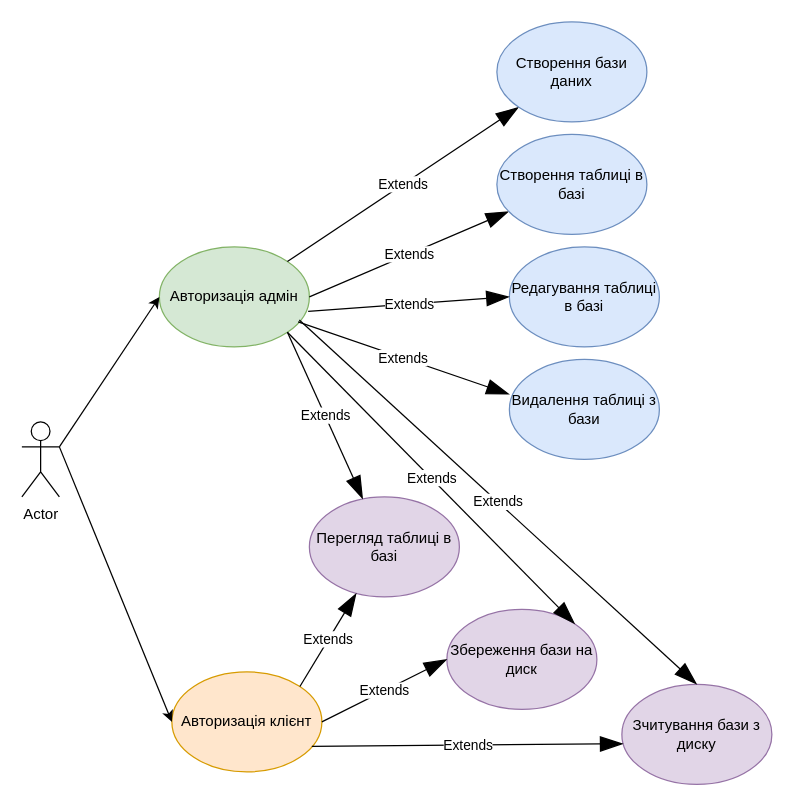
This is UML.drawio from zayatsliza/univ-cyber, a draw.io file, before an edit. Source tidied: cells renumbered, new cells numbered last; positions are measured from the earlier drawing's top-left corner, leaving out a move shared by most shapes. Both pictures are drawn from the tidied source at 125%, with x=0, y=0 at pixel (21, 21).
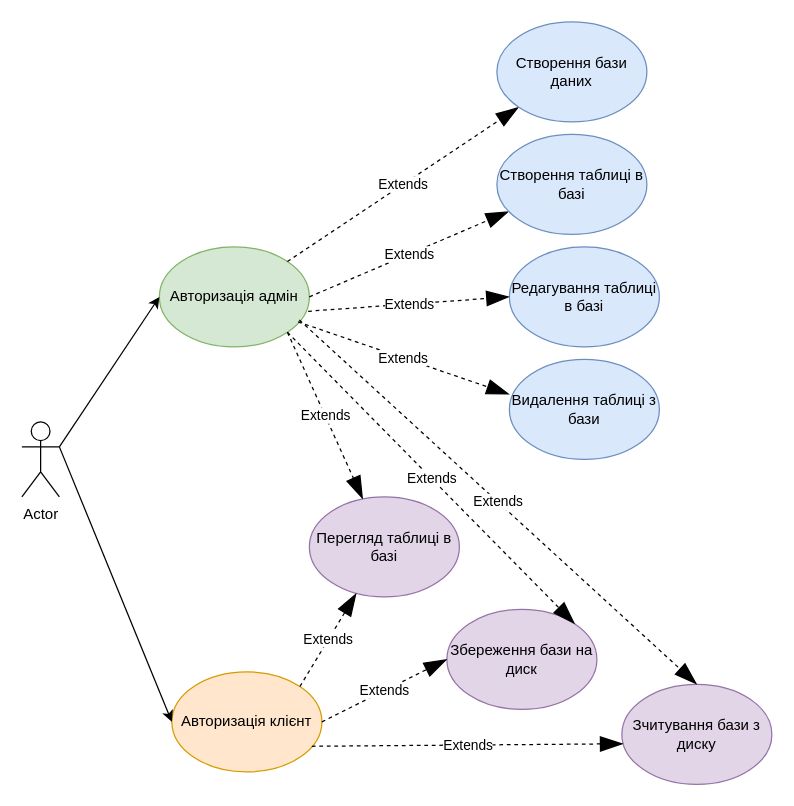
Above is the later version.

The change refers to these unchanged cells:
```xml
<mxCell id="3" value="Авторизація адмін" style="ellipse;whiteSpace=wrap;html=1;fillColor=#d5e8d4;strokeColor=#82b366;" parent="1" vertex="1">
  <mxGeometry x="110" y="180" width="120" height="80" as="geometry" />
</mxCell>
<mxCell id="4" value="Авторизація клієнт" style="ellipse;whiteSpace=wrap;html=1;fillColor=#ffe6cc;strokeColor=#d79b00;" parent="1" vertex="1">
  <mxGeometry x="120" y="520" width="120" height="80" as="geometry" />
</mxCell>
<mxCell id="8" value="Створення бази даних" style="ellipse;whiteSpace=wrap;html=1;fillColor=#dae8fc;strokeColor=#6c8ebf;" parent="1" vertex="1">
  <mxGeometry x="380" width="120" height="80" as="geometry" />
</mxCell>
<mxCell id="10" value="Створення таблиці в базі" style="ellipse;whiteSpace=wrap;html=1;fillColor=#dae8fc;strokeColor=#6c8ebf;" parent="1" vertex="1">
  <mxGeometry x="380" y="90" width="120" height="80" as="geometry" />
</mxCell>
<mxCell id="11" value="Редагування таблиці в базі" style="ellipse;whiteSpace=wrap;html=1;fillColor=#dae8fc;strokeColor=#6c8ebf;" parent="1" vertex="1">
  <mxGeometry x="390" y="180" width="120" height="80" as="geometry" />
</mxCell>
<mxCell id="13" value="Перегляд таблиці в базі" style="ellipse;whiteSpace=wrap;html=1;fillColor=#e1d5e7;strokeColor=#9673a6;" parent="1" vertex="1">
  <mxGeometry x="230" y="380" width="120" height="80" as="geometry" />
</mxCell>
<mxCell id="16" value="Збереження бази на диск" style="ellipse;whiteSpace=wrap;html=1;fillColor=#e1d5e7;strokeColor=#9673a6;" parent="1" vertex="1">
  <mxGeometry x="340" y="470" width="120" height="80" as="geometry" />
</mxCell>
<mxCell id="17" value="Видалення таблиці з бази" style="ellipse;whiteSpace=wrap;html=1;fillColor=#dae8fc;strokeColor=#6c8ebf;" parent="1" vertex="1">
  <mxGeometry x="390" y="270" width="120" height="80" as="geometry" />
</mxCell>
<mxCell id="19" value="Зчитування бази з диску" style="ellipse;whiteSpace=wrap;html=1;fillColor=#e1d5e7;strokeColor=#9673a6;" parent="1" vertex="1">
  <mxGeometry x="480" y="530" width="120" height="80" as="geometry" />
</mxCell>
```

Diff of the diagram source:
```diff
@@
-    <mxCell id="7" value="Extends" style="endArrow=blockThin;endSize=16;endFill=1;html=1;rounded=0;exitX=1;exitY=0;exitDx=0;exitDy=0;startArrow=none;startFill=0;" parent="1" edge="1" source="3" target="8">
+    <mxCell id="7" value="Extends" style="endArrow=blockThin;endSize=16;endFill=1;html=1;rounded=0;exitX=1;exitY=0;exitDx=0;exitDy=0;startArrow=none;startFill=0;dashed=1;" parent="1" edge="1" source="3" target="8">
       <mxGeometry relative="1" as="geometry" />
     </mxCell>
@@
-    <mxCell id="9" value="Extends" style="endArrow=blockThin;endSize=16;endFill=1;html=1;rounded=0;exitX=1;exitY=0.5;exitDx=0;exitDy=0;" parent="1" edge="1" source="3" target="10">
+    <mxCell id="9" value="Extends" style="endArrow=blockThin;endSize=16;endFill=1;html=1;rounded=0;exitX=1;exitY=0.5;exitDx=0;exitDy=0;dashed=1;" parent="1" edge="1" source="3" target="10">
       <mxGeometry relative="1" as="geometry" />
     </mxCell>
@@
-    <mxCell id="12" value="Extends" style="endArrow=blockThin;endSize=16;endFill=1;html=1;rounded=0;exitX=0.992;exitY=0.644;exitDx=0;exitDy=0;exitPerimeter=0;entryX=0;entryY=0.5;entryDx=0;entryDy=0;" parent="1" edge="1" source="3" target="11">
+    <mxCell id="12" value="Extends" style="endArrow=blockThin;endSize=16;endFill=1;html=1;rounded=0;exitX=0.992;exitY=0.644;exitDx=0;exitDy=0;exitPerimeter=0;entryX=0;entryY=0.5;entryDx=0;entryDy=0;dashed=1;" parent="1" edge="1" source="3" target="11">
       <mxGeometry relative="1" as="geometry" />
     </mxCell>
@@
-    <mxCell id="14" value="Extends" style="endArrow=blockThin;endSize=16;endFill=1;html=1;rounded=0;exitX=1;exitY=0;exitDx=0;exitDy=0;" parent="1" edge="1" source="4" target="13">
+    <mxCell id="14" value="Extends" style="endArrow=blockThin;endSize=16;endFill=1;html=1;rounded=0;exitX=1;exitY=0;exitDx=0;exitDy=0;dashed=1;" parent="1" edge="1" source="4" target="13">
       <mxGeometry relative="1" as="geometry" />
     </mxCell>
-    <mxCell id="15" value="Extends" style="endArrow=blockThin;endSize=16;endFill=1;html=1;rounded=0;exitX=1;exitY=1;exitDx=0;exitDy=0;" parent="1" edge="1" source="3" target="13">
+    <mxCell id="15" value="Extends" style="endArrow=blockThin;endSize=16;endFill=1;html=1;rounded=0;exitX=1;exitY=1;exitDx=0;exitDy=0;dashed=1;" parent="1" edge="1" source="3" target="13">
       <mxGeometry relative="1" as="geometry" />
     </mxCell>
@@
-    <mxCell id="18" value="Extends" style="endArrow=blockThin;endSize=16;endFill=1;html=1;rounded=0;exitX=0.925;exitY=0.75;exitDx=0;exitDy=0;exitPerimeter=0;entryX=0;entryY=0.35;entryDx=0;entryDy=0;entryPerimeter=0;" parent="1" edge="1" source="3" target="17">
+    <mxCell id="18" value="Extends" style="endArrow=blockThin;endSize=16;endFill=1;html=1;rounded=0;exitX=0.925;exitY=0.75;exitDx=0;exitDy=0;exitPerimeter=0;entryX=0;entryY=0.35;entryDx=0;entryDy=0;entryPerimeter=0;dashed=1;" parent="1" edge="1" source="3" target="17">
       <mxGeometry relative="1" as="geometry" />
     </mxCell>
@@
-    <mxCell id="20" value="Extends" style="endArrow=blockThin;endSize=16;endFill=1;html=1;rounded=0;exitX=1;exitY=0.5;exitDx=0;exitDy=0;entryX=0;entryY=0.5;entryDx=0;entryDy=0;" parent="1" edge="1" source="4" target="16">
+    <mxCell id="20" value="Extends" style="endArrow=blockThin;endSize=16;endFill=1;html=1;rounded=0;exitX=1;exitY=0.5;exitDx=0;exitDy=0;entryX=0;entryY=0.5;entryDx=0;entryDy=0;dashed=1;" parent="1" edge="1" source="4" target="16">
       <mxGeometry relative="1" as="geometry" />
     </mxCell>
-    <mxCell id="21" value="Extends" style="endArrow=blockThin;endSize=16;endFill=1;html=1;rounded=0;exitX=0.933;exitY=0.744;exitDx=0;exitDy=0;exitPerimeter=0;entryX=0.008;entryY=0.594;entryDx=0;entryDy=0;entryPerimeter=0;" parent="1" edge="1" source="4" target="19">
+    <mxCell id="21" value="Extends" style="endArrow=blockThin;endSize=16;endFill=1;html=1;rounded=0;exitX=0.933;exitY=0.744;exitDx=0;exitDy=0;exitPerimeter=0;entryX=0.008;entryY=0.594;entryDx=0;entryDy=0;entryPerimeter=0;dashed=1;" parent="1" edge="1" source="4" target="19">
       <mxGeometry relative="1" as="geometry" />
     </mxCell>
-    <mxCell id="22" value="Extends" style="endArrow=blockThin;endSize=16;endFill=1;html=1;rounded=0;exitX=1;exitY=1;exitDx=0;exitDy=0;entryX=1;entryY=0;entryDx=0;entryDy=0;" parent="1" edge="1" source="3" target="16">
+    <mxCell id="22" value="Extends" style="endArrow=blockThin;endSize=16;endFill=1;html=1;rounded=0;exitX=1;exitY=1;exitDx=0;exitDy=0;entryX=1;entryY=0;entryDx=0;entryDy=0;dashed=1;" parent="1" edge="1" source="3" target="16">
       <mxGeometry relative="1" as="geometry" />
     </mxCell>
-    <mxCell id="23" value="Extends" style="endArrow=blockThin;endSize=16;endFill=1;html=1;rounded=0;exitX=0.933;exitY=0.731;exitDx=0;exitDy=0;exitPerimeter=0;entryX=0.5;entryY=0;entryDx=0;entryDy=0;" parent="1" edge="1" source="3" target="19">
+    <mxCell id="23" value="Extends" style="endArrow=blockThin;endSize=16;endFill=1;html=1;rounded=0;exitX=0.933;exitY=0.731;exitDx=0;exitDy=0;exitPerimeter=0;entryX=0.5;entryY=0;entryDx=0;entryDy=0;dashed=1;" parent="1" edge="1" source="3" target="19">
       <mxGeometry relative="1" as="geometry" />
     </mxCell>
```
